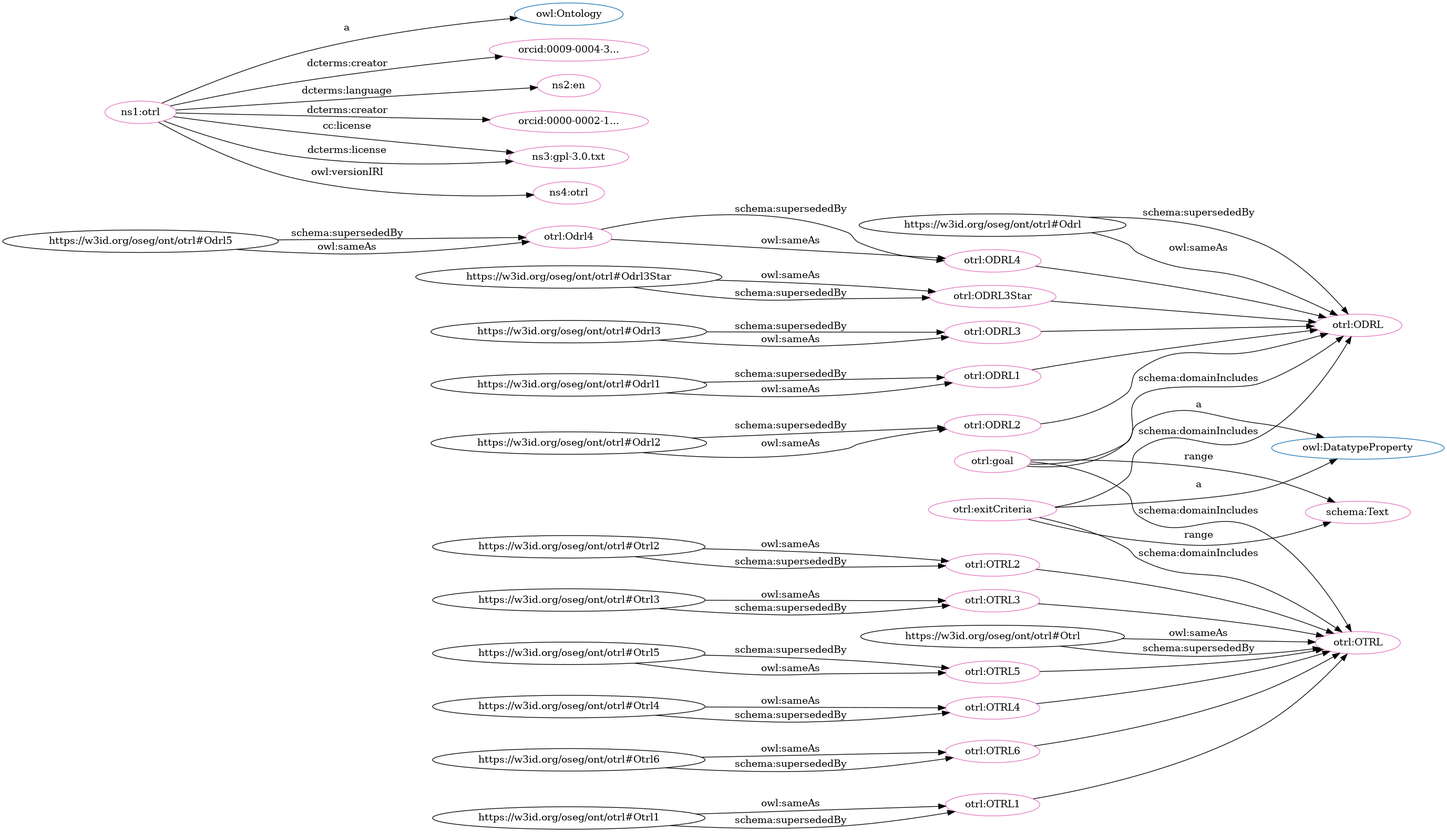
Before: dot_OTRL.png, a diagram exported from Graphviz (OPEN-NEXT/OKH-LOSH). Its source is kept beside it as dot_OTRL.dot.
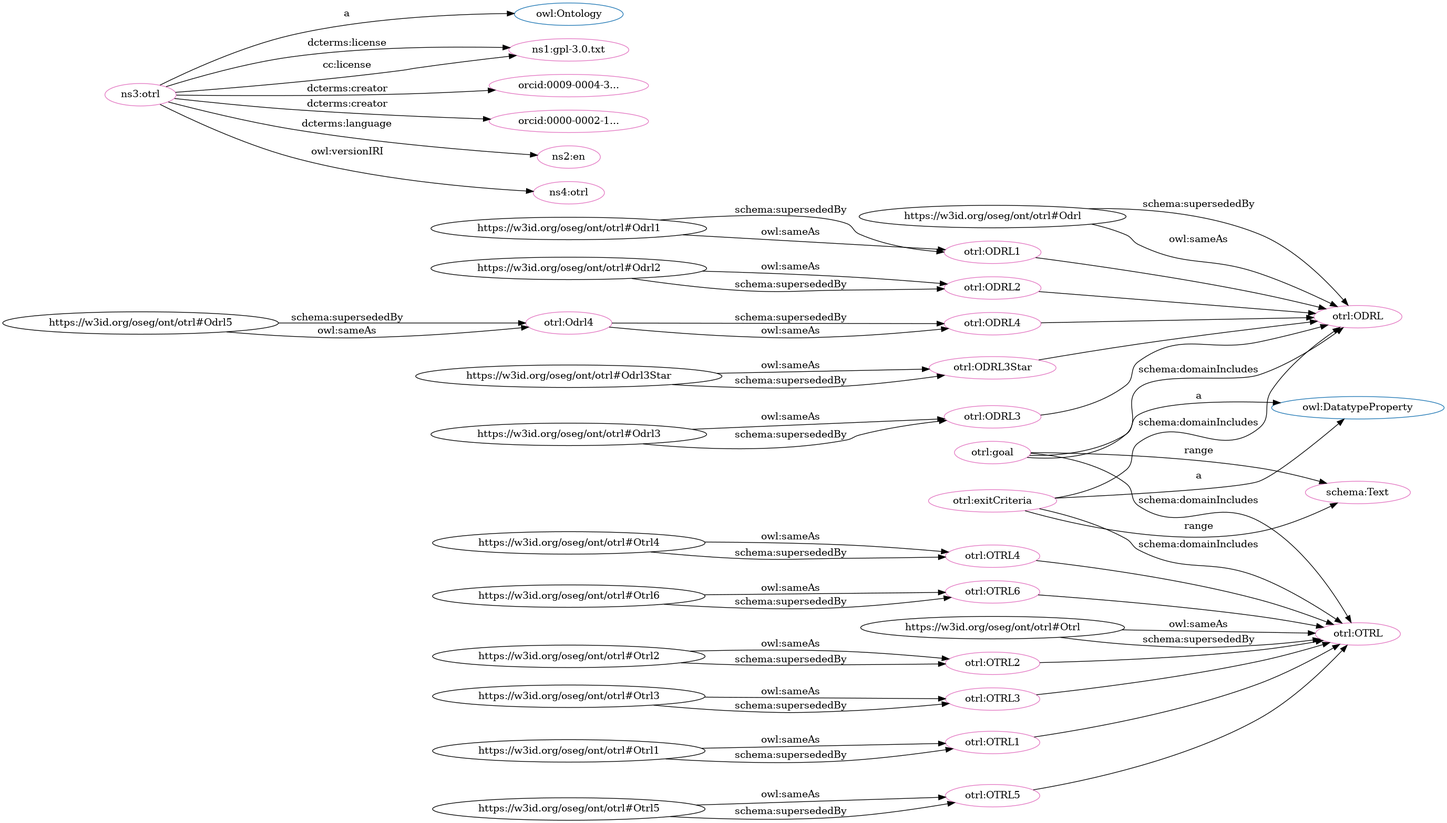
After the change.

Change to the diagram source:
```diff
@@ -1,96 +1,96 @@
 digraph G {
   rankdir=BT
   node[height=.3]
+"https://w3id.org/oseg/ont/otrl#ODRL1" [fillcolor="#1f77b4" color="#1f77b4" label="otrl:ODRL1"]
+"https://w3id.org/oseg/ont/otrl#OTRL4" [fillcolor="#1f77b4" color="#1f77b4" label="otrl:OTRL4"]
+"https://w3id.org/oseg/ont/otrl#OTRL6" [fillcolor="#1f77b4" color="#1f77b4" label="otrl:OTRL6"]
+"http://www.w3.org/2002/07/owl#DatatypeProperty" [fillcolor="#1f77b4" color="#1f77b4" label="owl:DatatypeProperty"]
+"https://w3id.org/oseg/ont/otrl#OTRL2" [fillcolor="#1f77b4" color="#1f77b4" label="otrl:OTRL2"]
+"https://w3id.org/oseg/ont/otrl#OTRL3" [fillcolor="#1f77b4" color="#1f77b4" label="otrl:OTRL3"]
 "https://w3id.org/oseg/ont/otrl#ODRL" [fillcolor="#1f77b4" color="#1f77b4" label="otrl:ODRL"]
-"https://w3id.org/oseg/ont/otrl#OTRL2" [fillcolor="#1f77b4" color="#1f77b4" label="otrl:OTRL2"]
+"https://w3id.org/oseg/ont/otrl#OTRL" [fillcolor="#1f77b4" color="#1f77b4" label="otrl:OTRL"]
+"https://w3id.org/oseg/ont/otrl#ODRL2" [fillcolor="#1f77b4" color="#1f77b4" label="otrl:ODRL2"]
+"http://www.w3.org/2002/07/owl#Ontology" [fillcolor="#1f77b4" color="#1f77b4" label="owl:Ontology"]
 "https://w3id.org/oseg/ont/otrl#ODRL4" [fillcolor="#1f77b4" color="#1f77b4" label="otrl:ODRL4"]
-"http://www.w3.org/2002/07/owl#DatatypeProperty" [fillcolor="#1f77b4" color="#1f77b4" label="owl:DatatypeProperty"]
-"http://www.w3.org/2002/07/owl#Ontology" [fillcolor="#1f77b4" color="#1f77b4" label="owl:Ontology"]
-"https://w3id.org/oseg/ont/otrl#OTRL3" [fillcolor="#1f77b4" color="#1f77b4" label="otrl:OTRL3"]
+"https://w3id.org/oseg/ont/otrl#OTRL1" [fillcolor="#1f77b4" color="#1f77b4" label="otrl:OTRL1"]
 "https://w3id.org/oseg/ont/otrl#OTRL5" [fillcolor="#1f77b4" color="#1f77b4" label="otrl:OTRL5"]
 "https://w3id.org/oseg/ont/otrl#ODRL3Star" [fillcolor="#1f77b4" color="#1f77b4" label="otrl:ODRL3Star"]
 "https://w3id.org/oseg/ont/otrl#ODRL3" [fillcolor="#1f77b4" color="#1f77b4" label="otrl:ODRL3"]
-"https://w3id.org/oseg/ont/otrl#OTRL4" [fillcolor="#1f77b4" color="#1f77b4" label="otrl:OTRL4"]
-"https://w3id.org/oseg/ont/otrl#OTRL6" [fillcolor="#1f77b4" color="#1f77b4" label="otrl:OTRL6"]
-"https://w3id.org/oseg/ont/otrl#ODRL1" [fillcolor="#1f77b4" color="#1f77b4" label="otrl:ODRL1"]
-"https://w3id.org/oseg/ont/otrl#OTRL" [fillcolor="#1f77b4" color="#1f77b4" label="otrl:OTRL"]
-"https://w3id.org/oseg/ont/otrl#ODRL2" [fillcolor="#1f77b4" color="#1f77b4" label="otrl:ODRL2"]
-"https://w3id.org/oseg/ont/otrl#OTRL1" [fillcolor="#1f77b4" color="#1f77b4" label="otrl:OTRL1"]
+"https://w3id.org/oseg/ont/otrl#ODRL" [fillcolor="#e377c2" color="#e377c2" label="otrl:ODRL"]
+"https://w3id.org/oseg/ont/otrl#OTRL" [fillcolor="#e377c2" color="#e377c2" label="otrl:OTRL"]
+"https://w3id.org/oseg/ont/otrl#ODRL1" [fillcolor="#e377c2" color="#e377c2" label="otrl:ODRL1"]
+"https://w3id.org/oseg/ont/otrl#OTRL4" [fillcolor="#e377c2" color="#e377c2" label="otrl:OTRL4"]
+"https://w3id.org/oseg/ont/otrl#OTRL3" [fillcolor="#e377c2" color="#e377c2" label="otrl:OTRL3"]
+"https://w3id.org/oseg/ont/otrl#OTRL1" [fillcolor="#e377c2" color="#e377c2" label="otrl:OTRL1"]
+"https://www.gnu.org/licenses/gpl-3.0.txt" [fillcolor="#e377c2" color="#e377c2" label="ns1:gpl-3.0.txt"]
+"https://w3id.org/oseg/ont/otrl#goal" [fillcolor="#e377c2" color="#e377c2" label="otrl:goal"]
 "http://schema.org/Text" [fillcolor="#e377c2" color="#e377c2" label="schema:Text"]
+"https://w3id.org/oseg/ont/otrl#OTRL6" [fillcolor="#e377c2" color="#e377c2" label="otrl:OTRL6"]
+"https://w3id.org/oseg/ont/otrl#ODRL2" [fillcolor="#e377c2" color="#e377c2" label="otrl:ODRL2"]
 "https://w3id.org/oseg/ont/otrl#ODRL3Star" [fillcolor="#e377c2" color="#e377c2" label="otrl:ODRL3Star"]
-"https://w3id.org/oseg/ont/otrl#OTRL4" [fillcolor="#e377c2" color="#e377c2" label="otrl:OTRL4"]
-"https://w3id.org/oseg/ont/otrl#OTRL6" [fillcolor="#e377c2" color="#e377c2" label="otrl:OTRL6"]
-"https://w3id.org/oseg/ont/otrl#ODRL1" [fillcolor="#e377c2" color="#e377c2" label="otrl:ODRL1"]
-"https://w3id.org/oseg/ont/otrl#OTRL" [fillcolor="#e377c2" color="#e377c2" label="otrl:OTRL"]
-"https://w3id.org/oseg/ont/otrl#ODRL" [fillcolor="#e377c2" color="#e377c2" label="otrl:ODRL"]
 "https://orcid.org/0009-0004-3559-6542" [fillcolor="#e377c2" color="#e377c2" label="orcid:0009-0004-3..."]
-"https://w3id.org/oseg/ont/otrl#ODRL2" [fillcolor="#e377c2" color="#e377c2" label="otrl:ODRL2"]
+"https://w3id.org/oseg/ont/otrl#ODRL4" [fillcolor="#e377c2" color="#e377c2" label="otrl:ODRL4"]
+"https://w3id.org/oseg/ont/otrl#Odrl4" [fillcolor="#e377c2" color="#e377c2" label="otrl:Odrl4"]
+"https://orcid.org/0000-0002-1611-7129" [fillcolor="#e377c2" color="#e377c2" label="orcid:0000-0002-1..."]
 "https://w3id.org/oseg/ont/otrl#OTRL2" [fillcolor="#e377c2" color="#e377c2" label="otrl:OTRL2"]
-"https://w3id.org/oseg/ont/otrl" [fillcolor="#e377c2" color="#e377c2" label="ns1:otrl"]
+"http://id.loc.gov/vocabulary/iso639-1/en" [fillcolor="#e377c2" color="#e377c2" label="ns2:en"]
+"https://w3id.org/oseg/ont/otrl#exitCriteria" [fillcolor="#e377c2" color="#e377c2" label="otrl:exitCriteria"]
 "https://w3id.org/oseg/ont/otrl#OTRL5" [fillcolor="#e377c2" color="#e377c2" label="otrl:OTRL5"]
-"https://w3id.org/oseg/ont/otrl#ODRL4" [fillcolor="#e377c2" color="#e377c2" label="otrl:ODRL4"]
-"http://id.loc.gov/vocabulary/iso639-1/en" [fillcolor="#e377c2" color="#e377c2" label="ns2:en"]
-"https://w3id.org/oseg/ont/otrl#goal" [fillcolor="#e377c2" color="#e377c2" label="otrl:goal"]
+"https://w3id.org/oseg/ont/otrl" [fillcolor="#e377c2" color="#e377c2" label="ns3:otrl"]
 "https://w3id.org/oseg/ont/otrl#ODRL3" [fillcolor="#e377c2" color="#e377c2" label="otrl:ODRL3"]
-"https://orcid.org/0000-0002-1611-7129" [fillcolor="#e377c2" color="#e377c2" label="orcid:0000-0002-1..."]
-"https://w3id.org/oseg/ont/otrl#OTRL3" [fillcolor="#e377c2" color="#e377c2" label="otrl:OTRL3"]
-"https://w3id.org/oseg/ont/otrl#Odrl4" [fillcolor="#e377c2" color="#e377c2" label="otrl:Odrl4"]
-"https://www.gnu.org/licenses/gpl-3.0.txt" [fillcolor="#e377c2" color="#e377c2" label="ns3:gpl-3.0.txt"]
-"https://w3id.org/oseg/ont/otrl#OTRL1" [fillcolor="#e377c2" color="#e377c2" label="otrl:OTRL1"]
 "https://w3id.org/oseg/ont/1.1.0/otrl" [fillcolor="#e377c2" color="#e377c2" label="ns4:otrl"]
-"https://w3id.org/oseg/ont/otrl#exitCriteria" [fillcolor="#e377c2" color="#e377c2" label="otrl:exitCriteria"]
+  "https://w3id.org/oseg/ont/otrl#goal" -> "https://w3id.org/oseg/ont/otrl#ODRL" [label="schema:domainIncludes"]
+  "https://w3id.org/oseg/ont/otrl#ODRL2" -> "https://w3id.org/oseg/ont/otrl#ODRL" [label=""]
+  "https://w3id.org/oseg/ont/otrl#Odrl" -> "https://w3id.org/oseg/ont/otrl#ODRL" [label="owl:sameAs"]
+  "https://w3id.org/oseg/ont/otrl#Odrl1" -> "https://w3id.org/oseg/ont/otrl#ODRL1" [label="schema:supersededBy"]
+  "https://w3id.org/oseg/ont/otrl#goal" -> "https://w3id.org/oseg/ont/otrl#OTRL" [label="schema:domainIncludes"]
+  "https://w3id.org/oseg/ont/otrl#OTRL1" -> "https://w3id.org/oseg/ont/otrl#OTRL" [label=""]
+  "https://w3id.org/oseg/ont/otrl#Otrl4" -> "https://w3id.org/oseg/ont/otrl#OTRL4" [label="owl:sameAs"]
+  "https://w3id.org/oseg/ont/otrl#Otrl3" -> "https://w3id.org/oseg/ont/otrl#OTRL3" [label="owl:sameAs"]
+  "https://w3id.org/oseg/ont/otrl#Otrl1" -> "https://w3id.org/oseg/ont/otrl#OTRL1" [label="owl:sameAs"]
+  "https://w3id.org/oseg/ont/otrl#OTRL3" -> "https://w3id.org/oseg/ont/otrl#OTRL" [label=""]
+  "https://w3id.org/oseg/ont/otrl" -> "https://www.gnu.org/licenses/gpl-3.0.txt" [label="dcterms:license"]
+  "https://w3id.org/oseg/ont/otrl#goal" -> "http://www.w3.org/2002/07/owl#DatatypeProperty" [label="a"]
+  "https://w3id.org/oseg/ont/otrl#OTRL4" -> "https://w3id.org/oseg/ont/otrl#OTRL" [label=""]
+  "https://w3id.org/oseg/ont/otrl#OTRL2" -> "https://w3id.org/oseg/ont/otrl#OTRL" [label=""]
+  "https://w3id.org/oseg/ont/otrl#exitCriteria" -> "http://schema.org/Text" [label="range"]
+  "https://w3id.org/oseg/ont/otrl#ODRL3Star" -> "https://w3id.org/oseg/ont/otrl#ODRL" [label=""]
+  "https://w3id.org/oseg/ont/otrl#Otrl6" -> "https://w3id.org/oseg/ont/otrl#OTRL6" [label="owl:sameAs"]
+  "https://w3id.org/oseg/ont/otrl#Odrl2" -> "https://w3id.org/oseg/ont/otrl#ODRL2" [label="owl:sameAs"]
+  "https://w3id.org/oseg/ont/otrl#Odrl3Star" -> "https://w3id.org/oseg/ont/otrl#ODRL3Star" [label="owl:sameAs"]
+  "https://w3id.org/oseg/ont/otrl" -> "https://orcid.org/0009-0004-3559-6542" [label="dcterms:creator"]
+  "https://w3id.org/oseg/ont/otrl#ODRL1" -> "https://w3id.org/oseg/ont/otrl#ODRL" [label=""]
+  "https://w3id.org/oseg/ont/otrl#Odrl4" -> "https://w3id.org/oseg/ont/otrl#ODRL4" [label="schema:supersededBy"]
+  "https://w3id.org/oseg/ont/otrl#Odrl5" -> "https://w3id.org/oseg/ont/otrl#Odrl4" [label="schema:supersededBy"]
+  "https://w3id.org/oseg/ont/otrl#Otrl6" -> "https://w3id.org/oseg/ont/otrl#OTRL6" [label="schema:supersededBy"]
+  "https://w3id.org/oseg/ont/otrl#Odrl2" -> "https://w3id.org/oseg/ont/otrl#ODRL2" [label="schema:supersededBy"]
+  "https://w3id.org/oseg/ont/otrl#Odrl" -> "https://w3id.org/oseg/ont/otrl#ODRL" [label="schema:supersededBy"]
+  "https://w3id.org/oseg/ont/otrl" -> "https://orcid.org/0000-0002-1611-7129" [label="dcterms:creator"]
+  "https://w3id.org/oseg/ont/otrl#Otrl2" -> "https://w3id.org/oseg/ont/otrl#OTRL2" [label="owl:sameAs"]
+  "https://w3id.org/oseg/ont/otrl#Otrl1" -> "https://w3id.org/oseg/ont/otrl#OTRL1" [label="schema:supersededBy"]
+  "https://w3id.org/oseg/ont/otrl#Otrl4" -> "https://w3id.org/oseg/ont/otrl#OTRL4" [label="schema:supersededBy"]
+  "https://w3id.org/oseg/ont/otrl" -> "https://www.gnu.org/licenses/gpl-3.0.txt" [label="cc:license"]
+  "https://w3id.org/oseg/ont/otrl" -> "http://id.loc.gov/vocabulary/iso639-1/en" [label="dcterms:language"]
   "https://w3id.org/oseg/ont/otrl#goal" -> "http://schema.org/Text" [label="range"]
-  "https://w3id.org/oseg/ont/otrl#Odrl3Star" -> "https://w3id.org/oseg/ont/otrl#ODRL3Star" [label="owl:sameAs"]
-  "https://w3id.org/oseg/ont/otrl#Otrl4" -> "https://w3id.org/oseg/ont/otrl#OTRL4" [label="owl:sameAs"]
-  "https://w3id.org/oseg/ont/otrl#Otrl6" -> "https://w3id.org/oseg/ont/otrl#OTRL6" [label="owl:sameAs"]
-  "https://w3id.org/oseg/ont/otrl#Odrl1" -> "https://w3id.org/oseg/ont/otrl#ODRL1" [label="schema:supersededBy"]
-  "https://w3id.org/oseg/ont/otrl#Otrl4" -> "https://w3id.org/oseg/ont/otrl#OTRL4" [label="schema:supersededBy"]
+  "https://w3id.org/oseg/ont/otrl#ODRL3" -> "https://w3id.org/oseg/ont/otrl#ODRL" [label=""]
+  "https://w3id.org/oseg/ont/otrl#Otrl" -> "https://w3id.org/oseg/ont/otrl#OTRL" [label="owl:sameAs"]
+  "https://w3id.org/oseg/ont/otrl#exitCriteria" -> "http://www.w3.org/2002/07/owl#DatatypeProperty" [label="a"]
+  "https://w3id.org/oseg/ont/otrl#OTRL6" -> "https://w3id.org/oseg/ont/otrl#OTRL" [label=""]
+  "https://w3id.org/oseg/ont/otrl#Odrl3Star" -> "https://w3id.org/oseg/ont/otrl#ODRL3Star" [label="schema:supersededBy"]
+  "https://w3id.org/oseg/ont/otrl#Otrl5" -> "https://w3id.org/oseg/ont/otrl#OTRL5" [label="owl:sameAs"]
+  "https://w3id.org/oseg/ont/otrl#exitCriteria" -> "https://w3id.org/oseg/ont/otrl#ODRL" [label="schema:domainIncludes"]
   "https://w3id.org/oseg/ont/otrl#OTRL5" -> "https://w3id.org/oseg/ont/otrl#OTRL" [label=""]
-  "https://w3id.org/oseg/ont/otrl#Otrl" -> "https://w3id.org/oseg/ont/otrl#OTRL" [label="owl:sameAs"]
-  "https://w3id.org/oseg/ont/otrl#Odrl" -> "https://w3id.org/oseg/ont/otrl#ODRL" [label="owl:sameAs"]
-  "https://w3id.org/oseg/ont/otrl" -> "https://orcid.org/0009-0004-3559-6542" [label="dcterms:creator"]
-  "https://w3id.org/oseg/ont/otrl#Odrl2" -> "https://w3id.org/oseg/ont/otrl#ODRL2" [label="schema:supersededBy"]
-  "https://w3id.org/oseg/ont/otrl#goal" -> "https://w3id.org/oseg/ont/otrl#ODRL" [label="schema:domainIncludes"]
-  "https://w3id.org/oseg/ont/otrl#Otrl2" -> "https://w3id.org/oseg/ont/otrl#OTRL2" [label="owl:sameAs"]
+  "https://w3id.org/oseg/ont/otrl#Odrl1" -> "https://w3id.org/oseg/ont/otrl#ODRL1" [label="owl:sameAs"]
+  "https://w3id.org/oseg/ont/otrl#exitCriteria" -> "https://w3id.org/oseg/ont/otrl#OTRL" [label="schema:domainIncludes"]
+  "https://w3id.org/oseg/ont/otrl#Otrl3" -> "https://w3id.org/oseg/ont/otrl#OTRL3" [label="schema:supersededBy"]
   "https://w3id.org/oseg/ont/otrl" -> "http://www.w3.org/2002/07/owl#Ontology" [label="a"]
-  "https://w3id.org/oseg/ont/otrl#exitCriteria" -> "https://w3id.org/oseg/ont/otrl#OTRL" [label="schema:domainIncludes"]
+  "https://w3id.org/oseg/ont/otrl#ODRL4" -> "https://w3id.org/oseg/ont/otrl#ODRL" [label=""]
+  "https://w3id.org/oseg/ont/otrl#Odrl5" -> "https://w3id.org/oseg/ont/otrl#Odrl4" [label="owl:sameAs"]
+  "https://w3id.org/oseg/ont/otrl#Otrl2" -> "https://w3id.org/oseg/ont/otrl#OTRL2" [label="schema:supersededBy"]
+  "https://w3id.org/oseg/ont/otrl#Odrl3" -> "https://w3id.org/oseg/ont/otrl#ODRL3" [label="owl:sameAs"]
+  "https://w3id.org/oseg/ont/otrl#Odrl3" -> "https://w3id.org/oseg/ont/otrl#ODRL3" [label="schema:supersededBy"]
+  "https://w3id.org/oseg/ont/otrl#Otrl" -> "https://w3id.org/oseg/ont/otrl#OTRL" [label="schema:supersededBy"]
+  "https://w3id.org/oseg/ont/otrl" -> "https://w3id.org/oseg/ont/1.1.0/otrl" [label="owl:versionIRI"]
   "https://w3id.org/oseg/ont/otrl#Otrl5" -> "https://w3id.org/oseg/ont/otrl#OTRL5" [label="schema:supersededBy"]
-  "https://w3id.org/oseg/ont/otrl#ODRL4" -> "https://w3id.org/oseg/ont/otrl#ODRL" [label=""]
-  "https://w3id.org/oseg/ont/otrl#Odrl4" -> "https://w3id.org/oseg/ont/otrl#ODRL4" [label="schema:supersededBy"]
-  "https://w3id.org/oseg/ont/otrl" -> "http://id.loc.gov/vocabulary/iso639-1/en" [label="dcterms:language"]
-  "https://w3id.org/oseg/ont/otrl#goal" -> "http://www.w3.org/2002/07/owl#DatatypeProperty" [label="a"]
-  "https://w3id.org/oseg/ont/otrl#exitCriteria" -> "http://schema.org/Text" [label="range"]
-  "https://w3id.org/oseg/ont/otrl#ODRL3" -> "https://w3id.org/oseg/ont/otrl#ODRL" [label=""]
-  "https://w3id.org/oseg/ont/otrl#OTRL6" -> "https://w3id.org/oseg/ont/otrl#OTRL" [label=""]
-  "https://w3id.org/oseg/ont/otrl#OTRL1" -> "https://w3id.org/oseg/ont/otrl#OTRL" [label=""]
-  "https://w3id.org/oseg/ont/otrl#Odrl1" -> "https://w3id.org/oseg/ont/otrl#ODRL1" [label="owl:sameAs"]
-  "https://w3id.org/oseg/ont/otrl#Odrl3Star" -> "https://w3id.org/oseg/ont/otrl#ODRL3Star" [label="schema:supersededBy"]
   "https://w3id.org/oseg/ont/otrl#Odrl4" -> "https://w3id.org/oseg/ont/otrl#ODRL4" [label="owl:sameAs"]
-  "https://w3id.org/oseg/ont/otrl#ODRL1" -> "https://w3id.org/oseg/ont/otrl#ODRL" [label=""]
-  "https://w3id.org/oseg/ont/otrl#ODRL2" -> "https://w3id.org/oseg/ont/otrl#ODRL" [label=""]
-  "https://w3id.org/oseg/ont/otrl#Otrl6" -> "https://w3id.org/oseg/ont/otrl#OTRL6" [label="schema:supersededBy"]
-  "https://w3id.org/oseg/ont/otrl#Odrl3" -> "https://w3id.org/oseg/ont/otrl#ODRL3" [label="schema:supersededBy"]
-  "https://w3id.org/oseg/ont/otrl" -> "https://orcid.org/0000-0002-1611-7129" [label="dcterms:creator"]
-  "https://w3id.org/oseg/ont/otrl#Otrl3" -> "https://w3id.org/oseg/ont/otrl#OTRL3" [label="owl:sameAs"]
-  "https://w3id.org/oseg/ont/otrl#ODRL3Star" -> "https://w3id.org/oseg/ont/otrl#ODRL" [label=""]
-  "https://w3id.org/oseg/ont/otrl#Odrl5" -> "https://w3id.org/oseg/ont/otrl#Odrl4" [label="schema:supersededBy"]
-  "https://w3id.org/oseg/ont/otrl#Odrl" -> "https://w3id.org/oseg/ont/otrl#ODRL" [label="schema:supersededBy"]
-  "https://w3id.org/oseg/ont/otrl#OTRL3" -> "https://w3id.org/oseg/ont/otrl#OTRL" [label=""]
-  "https://w3id.org/oseg/ont/otrl#Odrl2" -> "https://w3id.org/oseg/ont/otrl#ODRL2" [label="owl:sameAs"]
-  "https://w3id.org/oseg/ont/otrl" -> "https://www.gnu.org/licenses/gpl-3.0.txt" [label="cc:license"]
-  "https://w3id.org/oseg/ont/otrl#exitCriteria" -> "https://w3id.org/oseg/ont/otrl#ODRL" [label="schema:domainIncludes"]
-  "https://w3id.org/oseg/ont/otrl#Otrl2" -> "https://w3id.org/oseg/ont/otrl#OTRL2" [label="schema:supersededBy"]
-  "https://w3id.org/oseg/ont/otrl#OTRL4" -> "https://w3id.org/oseg/ont/otrl#OTRL" [label=""]
-  "https://w3id.org/oseg/ont/otrl#Odrl3" -> "https://w3id.org/oseg/ont/otrl#ODRL3" [label="owl:sameAs"]
-  "https://w3id.org/oseg/ont/otrl" -> "https://www.gnu.org/licenses/gpl-3.0.txt" [label="dcterms:license"]
-  "https://w3id.org/oseg/ont/otrl#Otrl5" -> "https://w3id.org/oseg/ont/otrl#OTRL5" [label="owl:sameAs"]
-  "https://w3id.org/oseg/ont/otrl#Otrl1" -> "https://w3id.org/oseg/ont/otrl#OTRL1" [label="owl:sameAs"]
-  "https://w3id.org/oseg/ont/otrl#goal" -> "https://w3id.org/oseg/ont/otrl#OTRL" [label="schema:domainIncludes"]
-  "https://w3id.org/oseg/ont/otrl#OTRL2" -> "https://w3id.org/oseg/ont/otrl#OTRL" [label=""]
-  "https://w3id.org/oseg/ont/otrl#Otrl1" -> "https://w3id.org/oseg/ont/otrl#OTRL1" [label="schema:supersededBy"]
-  "https://w3id.org/oseg/ont/otrl#Odrl5" -> "https://w3id.org/oseg/ont/otrl#Odrl4" [label="owl:sameAs"]
-  "https://w3id.org/oseg/ont/otrl" -> "https://w3id.org/oseg/ont/1.1.0/otrl" [label="owl:versionIRI"]
-  "https://w3id.org/oseg/ont/otrl#Otrl3" -> "https://w3id.org/oseg/ont/otrl#OTRL3" [label="schema:supersededBy"]
-  "https://w3id.org/oseg/ont/otrl#exitCriteria" -> "http://www.w3.org/2002/07/owl#DatatypeProperty" [label="a"]
-  "https://w3id.org/oseg/ont/otrl#Otrl" -> "https://w3id.org/oseg/ont/otrl#OTRL" [label="schema:supersededBy"]
 }
```
